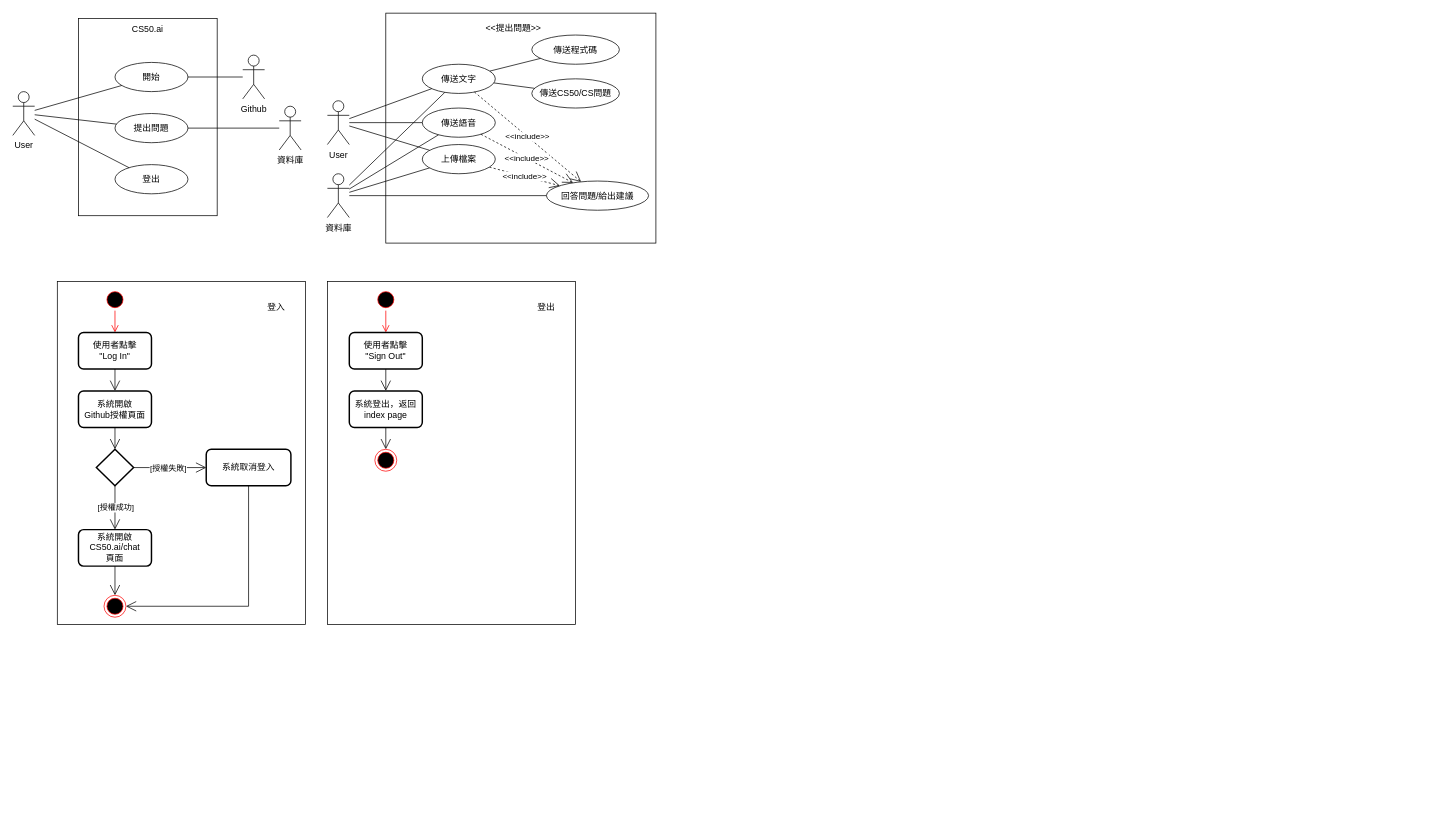
Above: H2.drawio in Miinteaa/Miinteaa (draw.io), before the change. Source tidied: cells renumbered, new cells numbered last; positions are measured from the earlier drawing's top-left corner, leaving out a move shared by most shapes. Both pictures are drawn from the tidied source at 73%, with x=0, y=0 at pixel (12, 12).
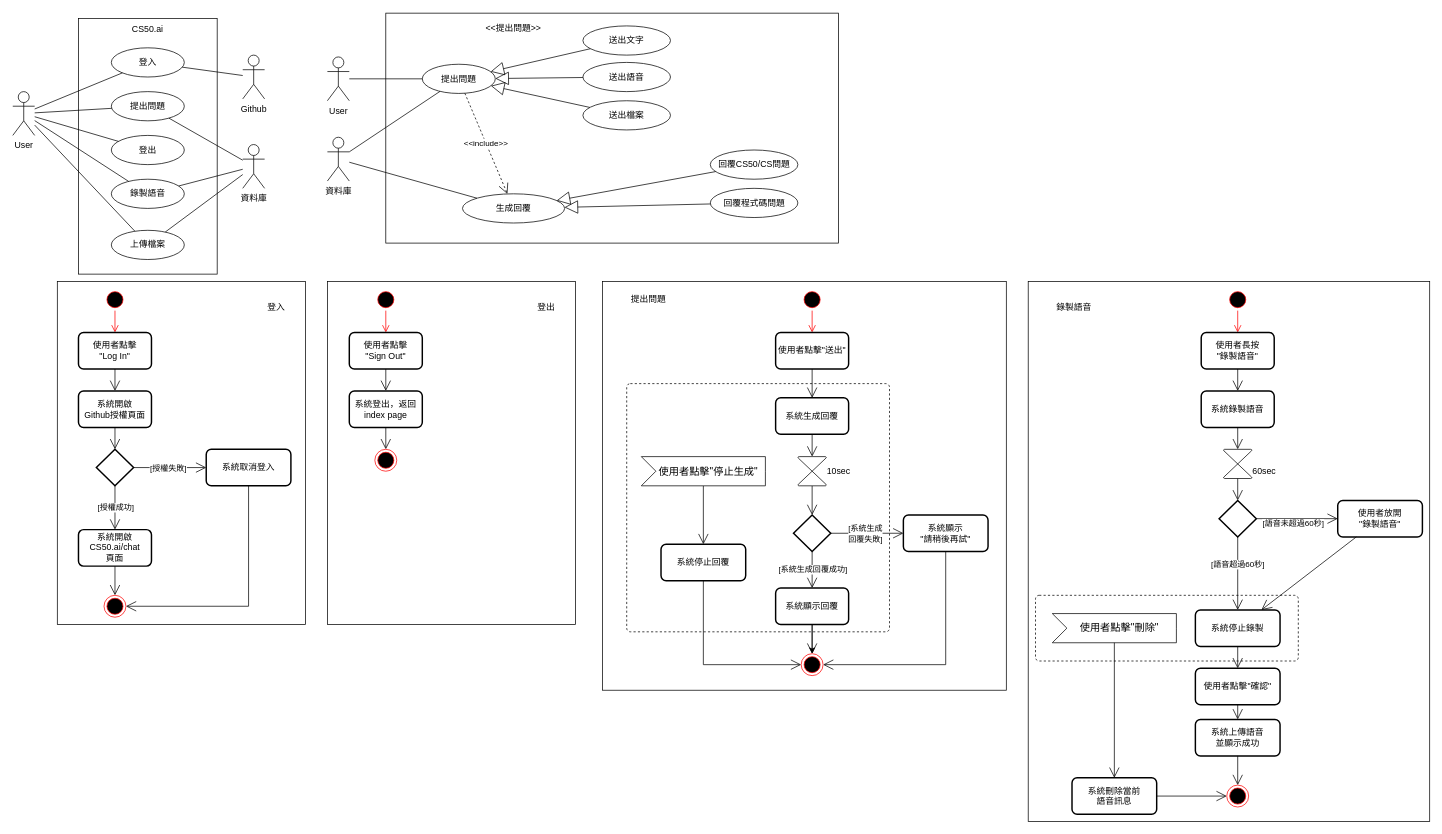
After the change.

The change refers to these unchanged cells:
```xml
<mxCell id="6" value="User" style="shape=umlActor;verticalLabelPosition=bottom;verticalAlign=top;html=1;outlineConnect=0;" parent="1" vertex="1">
  <mxGeometry y="108" width="30" height="60" as="geometry" />
</mxCell>
```

Diff of the diagram source:
```diff
@@
+    <mxCell id="64" style="rounded=0;whiteSpace=wrap;html=1;shadow=0;" parent="1" vertex="1">
+      <mxGeometry x="1391" y="368" width="550" height="740" as="geometry" />
+    </mxCell>
+    <mxCell id="65" style="rounded=0;whiteSpace=wrap;html=1;shadow=0;" parent="1" vertex="1">
+      <mxGeometry x="808" y="368" width="553" height="560" as="geometry" />
+    </mxCell>
+    <mxCell id="66" style="html=1;align=center;verticalAlign=top;rounded=1;absoluteArcSize=1;arcSize=10;dashed=1;whiteSpace=wrap;" parent="1" vertex="1">
+      <mxGeometry x="841" y="508" width="360" height="340" as="geometry" />
+    </mxCell>
-    <mxCell id="2" style="rounded=0;whiteSpace=wrap;html=1;" parent="1" vertex="1">
+    <mxCell id="2" style="rounded=0;whiteSpace=wrap;html=1;shadow=0;" parent="1" vertex="1">
       <mxGeometry x="431" y="368" width="340" height="470" as="geometry" />
     </mxCell>
@@
     <mxCell id="4" style="rounded=0;whiteSpace=wrap;html=1;" parent="1" vertex="1">
-      <mxGeometry x="511" y="0.5" width="370" height="315" as="geometry" />
+      <mxGeometry x="511" y="0.5" width="620" height="315" as="geometry" />
     </mxCell>
     <mxCell id="5" style="rounded=0;whiteSpace=wrap;html=1;" parent="1" vertex="1">
-      <mxGeometry x="90" y="8" width="190" height="270" as="geometry" />
+      <mxGeometry x="90" y="8" width="190" height="350" as="geometry" />
     </mxCell>
@@
-    <mxCell id="7" value="傳送語音" style="ellipse;whiteSpace=wrap;html=1;" parent="1" vertex="1">
-      <mxGeometry x="561" y="130.5" width="100" height="40" as="geometry" />
+    <mxCell id="7" value="錄製語音" style="ellipse;whiteSpace=wrap;html=1;" parent="1" vertex="1">
+      <mxGeometry x="135" y="228" width="100" height="40" as="geometry" />
     </mxCell>
-    <mxCell id="8" value="傳送文字" style="ellipse;whiteSpace=wrap;html=1;" parent="1" vertex="1">
+    <mxCell id="8" value="提出問題" style="ellipse;whiteSpace=wrap;html=1;" parent="1" vertex="1">
       <mxGeometry x="561" y="70.5" width="100" height="40" as="geometry" />
     </mxCell>
-    <mxCell id="9" value="傳送程式碼" style="ellipse;whiteSpace=wrap;html=1;" parent="1" vertex="1">
-      <mxGeometry x="711" y="30.5" width="120" height="40" as="geometry" />
+    <mxCell id="9" value="回覆程式碼問題" style="ellipse;whiteSpace=wrap;html=1;" parent="1" vertex="1">
+      <mxGeometry x="955.5" y="240.5" width="120" height="40" as="geometry" />
     </mxCell>
-    <mxCell id="10" value="傳送CS50/CS問題" style="ellipse;whiteSpace=wrap;html=1;" parent="1" vertex="1">
-      <mxGeometry x="711" y="90.5" width="120" height="40" as="geometry" />
+    <mxCell id="10" value="回覆CS50/CS問題" style="ellipse;whiteSpace=wrap;html=1;" parent="1" vertex="1">
+      <mxGeometry x="955.5" y="188" width="120" height="40" as="geometry" />
     </mxCell>
-    <mxCell id="11" value="開始" style="ellipse;whiteSpace=wrap;html=1;" parent="1" vertex="1">
-      <mxGeometry x="140" y="68" width="100" height="40" as="geometry" />
+    <mxCell id="11" value="登入" style="ellipse;whiteSpace=wrap;html=1;" parent="1" vertex="1">
+      <mxGeometry x="135" y="48" width="100" height="40" as="geometry" />
     </mxCell>
     <mxCell id="12" value="登出" style="ellipse;whiteSpace=wrap;html=1;" parent="1" vertex="1">
-      <mxGeometry x="140" y="208" width="100" height="40" as="geometry" />
+      <mxGeometry x="135" y="168" width="100" height="40" as="geometry" />
     </mxCell>
@@
-    <mxCell id="14" style="endArrow=none;html=1;rounded=0;" parent="1" edge="1" source="30" target="7">
+    <mxCell id="14" style="endArrow=none;html=1;rounded=0;" parent="1" edge="1" source="6" target="7">
       <mxGeometry relative="1" as="geometry" />
     </mxCell>
-    <mxCell id="15" style="endArrow=none;html=1;rounded=0;" parent="1" edge="1" source="30" target="31">
+    <mxCell id="15" style="endArrow=none;html=1;rounded=0;" parent="1" edge="1" source="6" target="31">
       <mxGeometry relative="1" as="geometry" />
     </mxCell>
@@
-    <mxCell id="18" style="endArrow=none;html=1;rounded=0;" parent="1" edge="1" source="8" target="9">
-      <mxGeometry relative="1" as="geometry" />
-    </mxCell>
-    <mxCell id="19" style="endArrow=none;html=1;rounded=0;" parent="1" edge="1" source="8" target="10">
-      <mxGeometry relative="1" as="geometry" />
-    </mxCell>
     <mxCell id="20" value="資料庫" style="shape=umlActor;verticalLabelPosition=bottom;verticalAlign=top;html=1;" parent="1" vertex="1">
-      <mxGeometry x="431" y="220.5" width="30" height="60" as="geometry" />
+      <mxGeometry x="431" y="170.5" width="30" height="60" as="geometry" />
     </mxCell>
-    <mxCell id="21" value="回答問題/給出建議" style="ellipse;whiteSpace=wrap;html=1;" parent="1" vertex="1">
-      <mxGeometry x="731" y="230.5" width="140" height="40" as="geometry" />
+    <mxCell id="21" value="生成回覆" style="ellipse;whiteSpace=wrap;html=1;" parent="1" vertex="1">
+      <mxGeometry x="616" y="248" width="140" height="40" as="geometry" />
     </mxCell>
@@
-    <mxCell id="23" value="&amp;lt;&amp;lt;include&amp;gt;&amp;gt;" style="endArrow=open;endSize=12;dashed=1;html=1;rounded=0;" parent="1" edge="1" source="7" target="21">
-      <mxGeometry relative="1" as="geometry" />
-    </mxCell>
-    <mxCell id="24" value="&amp;lt;&amp;lt;include&amp;gt;&amp;gt;" style="endArrow=open;endSize=12;dashed=1;html=1;rounded=0;" parent="1" edge="1" source="31" target="21">
-      <mxGeometry relative="1" as="geometry" />
-    </mxCell>
-    <mxCell id="25" style="endArrow=none;html=1;rounded=0;" parent="1" edge="1" source="31" target="20">
+    <mxCell id="25" style="endArrow=none;html=1;rounded=0;" parent="1" edge="1" source="31" target="35">
       <mxGeometry relative="1" as="geometry" />
     </mxCell>
-    <mxCell id="26" style="endArrow=none;html=1;rounded=0;" parent="1" edge="1" source="7" target="20">
+    <mxCell id="26" style="endArrow=none;html=1;rounded=0;" parent="1" edge="1" source="7" target="35">
       <mxGeometry relative="1" as="geometry" />
     </mxCell>
@@
     <mxCell id="30" value="User" style="shape=umlActor;verticalLabelPosition=bottom;verticalAlign=top;html=1;outlineConnect=0;" parent="1" vertex="1">
-      <mxGeometry x="431" y="120.5" width="30" height="60" as="geometry" />
+      <mxGeometry x="431" y="60.5" width="30" height="60" as="geometry" />
     </mxCell>
     <mxCell id="31" value="上傳檔案" style="ellipse;whiteSpace=wrap;html=1;" parent="1" vertex="1">
-      <mxGeometry x="561" y="180.5" width="100" height="40" as="geometry" />
+      <mxGeometry x="135" y="298" width="100" height="40" as="geometry" />
     </mxCell>
@@
     <mxCell id="33" value="提出問題" style="ellipse;whiteSpace=wrap;html=1;" parent="1" vertex="1">
-      <mxGeometry x="140" y="138" width="100" height="40" as="geometry" />
+      <mxGeometry x="135" y="108" width="100" height="40" as="geometry" />
     </mxCell>
@@
     <mxCell id="35" value="資料庫" style="shape=umlActor;verticalLabelPosition=bottom;verticalAlign=top;html=1;" parent="1" vertex="1">
-      <mxGeometry x="365" y="128" width="30" height="60" as="geometry" />
+      <mxGeometry x="315" y="180.5" width="30" height="60" as="geometry" />
     </mxCell>
@@
+    <mxCell id="67" style="ellipse;html=1;shape=startState;fillColor=#000000;strokeColor=#ff0000;" parent="1" vertex="1">
+      <mxGeometry x="1080" y="378" width="30" height="30" as="geometry" />
+    </mxCell>
+    <mxCell id="68" style="edgeStyle=orthogonalEdgeStyle;html=1;verticalAlign=bottom;endArrow=open;endSize=8;strokeColor=#ff0000;rounded=0;" parent="1" edge="1" source="67" target="69">
+      <mxGeometry relative="1" as="geometry" />
+    </mxCell>
+    <mxCell id="69" value="使用者點擊&quot;送出&quot;" style="rounded=1;whiteSpace=wrap;html=1;absoluteArcSize=1;arcSize=14;strokeWidth=2;" parent="1" vertex="1">
+      <mxGeometry x="1045" y="438" width="100" height="50" as="geometry" />
+    </mxCell>
+    <mxCell id="70" style="edgeStyle=orthogonalEdgeStyle;rounded=0;jettySize=auto;html=1;" parent="1" edge="1" source="71" target="79">
+      <mxGeometry relative="1" as="geometry" />
+    </mxCell>
+    <mxCell id="71" value="系統顯示回覆" style="rounded=1;whiteSpace=wrap;html=1;absoluteArcSize=1;arcSize=14;strokeWidth=2;" parent="1" vertex="1">
+      <mxGeometry x="1045" y="788" width="100" height="50" as="geometry" />
+    </mxCell>
+    <mxCell id="72" style="endArrow=open;endFill=1;endSize=12;html=1;rounded=0;" parent="1" edge="1" source="90" target="73">
+      <mxGeometry relative="1" as="geometry" />
+    </mxCell>
+    <mxCell id="73" style="strokeWidth=2;html=1;shape=mxgraph.flowchart.decision;whiteSpace=wrap;" parent="1" vertex="1">
+      <mxGeometry x="1069.5" y="688" width="51" height="50" as="geometry" />
+    </mxCell>
+    <mxCell id="74" style="endArrow=open;endFill=1;endSize=12;html=1;rounded=0;" parent="1" edge="1" source="73" target="71">
+      <mxGeometry relative="1" as="geometry" />
+    </mxCell>
+    <mxCell id="75" value="[系統生成回覆成功]" style="edgeLabel;html=1;align=center;verticalAlign=middle;" parent="74" vertex="1">
+      <mxGeometry x="-0.05" relative="1" as="geometry" />
+    </mxCell>
+    <mxCell id="76" value="系統顯示&lt;br&gt;&quot;請稍後再試&quot;" style="rounded=1;whiteSpace=wrap;html=1;absoluteArcSize=1;arcSize=14;strokeWidth=2;" parent="1" vertex="1">
+      <mxGeometry x="1220" y="688" width="116" height="50" as="geometry" />
+    </mxCell>
+    <mxCell id="77" style="endArrow=open;endFill=1;endSize=12;html=1;rounded=0;" parent="1" edge="1" source="73" target="76">
+      <mxGeometry relative="1" as="geometry" />
+    </mxCell>
+    <mxCell id="78" value="[系統生成&lt;br&gt;回覆失敗]" style="edgeLabel;html=1;align=center;verticalAlign=middle;" parent="77" vertex="1">
+      <mxGeometry x="-0.05" relative="1" as="geometry" />
+    </mxCell>
+    <mxCell id="79" style="ellipse;html=1;shape=endState;fillColor=#000000;strokeColor=#ff0000;" parent="1" vertex="1">
+      <mxGeometry x="1080" y="878" width="30" height="30" as="geometry" />
+    </mxCell>
+    <mxCell id="80" style="endArrow=open;endFill=1;endSize=12;html=1;rounded=0;" parent="1" edge="1" source="71" target="79">
+      <mxGeometry relative="1" as="geometry" />
+    </mxCell>
+    <mxCell id="81" style="endArrow=open;endFill=1;endSize=12;html=1;rounded=0;" parent="1" edge="1" source="76" target="79">
+      <mxGeometry relative="1" as="geometry">
+        <Array as="points">
+          <mxPoint x="1278" y="893" />
+        </Array>
+      </mxGeometry>
+    </mxCell>
+    <mxCell id="82" value="提出問題" style="text;html=1;strokeColor=none;fillColor=none;align=center;verticalAlign=middle;whiteSpace=wrap;rounded=0;" parent="1" vertex="1">
+      <mxGeometry x="841" y="378" width="60" height="30" as="geometry" />
+    </mxCell>
+    <mxCell id="83" style="endArrow=block;endSize=16;endFill=0;html=1;rounded=0;" parent="1" edge="1" source="9" target="21">
+      <mxGeometry relative="1" as="geometry" />
+    </mxCell>
+    <mxCell id="84" style="endArrow=block;endSize=16;endFill=0;html=1;rounded=0;" parent="1" edge="1" source="10" target="21">
+      <mxGeometry relative="1" as="geometry" />
+    </mxCell>
+    <mxCell id="85" value="系統停止回覆" style="rounded=1;whiteSpace=wrap;html=1;absoluteArcSize=1;arcSize=14;strokeWidth=2;" parent="1" vertex="1">
+      <mxGeometry x="888" y="728" width="116" height="50" as="geometry" />
+    </mxCell>
+    <mxCell id="86" style="endArrow=open;endFill=1;endSize=12;html=1;rounded=0;" parent="1" edge="1" source="92" target="85">
+      <mxGeometry relative="1" as="geometry" />
+    </mxCell>
+    <mxCell id="87" value="系統生成回覆" style="rounded=1;whiteSpace=wrap;html=1;absoluteArcSize=1;arcSize=14;strokeWidth=2;" parent="1" vertex="1">
+      <mxGeometry x="1045" y="527.5" width="100" height="50" as="geometry" />
+    </mxCell>
+    <mxCell id="88" style="endArrow=open;endFill=1;endSize=12;html=1;rounded=0;" parent="1" edge="1" source="69" target="87">
+      <mxGeometry relative="1" as="geometry" />
+    </mxCell>
+    <mxCell id="89" style="endArrow=open;endFill=1;endSize=12;html=1;rounded=0;" parent="1" edge="1" source="87" target="90">
+      <mxGeometry relative="1" as="geometry" />
+    </mxCell>
+    <mxCell id="90" style="verticalLabelPosition=bottom;verticalAlign=top;html=1;shape=mxgraph.flowchart.collate;" parent="1" vertex="1">
+      <mxGeometry x="1075.5" y="608" width="39" height="40" as="geometry" />
+    </mxCell>
+    <mxCell id="91" value="10sec" style="text;html=1;align=center;verticalAlign=middle;strokeColor=none;fillColor=none;" parent="1" vertex="1">
+      <mxGeometry x="1101" y="613" width="60" height="30" as="geometry" />
+    </mxCell>
+    <mxCell id="92" value="使用者點擊&quot;停止生成&quot;" style="html=1;shape=mxgraph.infographic.ribbonSimple;notch1=20;notch2=0;align=center;verticalAlign=middle;fontSize=14;fontStyle=0;fillColor=#FFFFFF;flipH=0;spacingRight=0;spacingLeft=14;whiteSpace=wrap;" parent="1" vertex="1">
+      <mxGeometry x="861" y="608" width="170" height="40" as="geometry" />
+    </mxCell>
+    <mxCell id="93" style="endArrow=open;endFill=1;endSize=12;html=1;rounded=0;entryX=0;entryY=0.5;entryDx=0;entryDy=0;" parent="1" edge="1" source="85" target="79">
+      <mxGeometry relative="1" as="geometry">
+        <Array as="points">
+          <mxPoint x="946" y="893" />
+        </Array>
+      </mxGeometry>
+    </mxCell>
+    <mxCell id="94" style="html=1;align=center;verticalAlign=top;rounded=1;absoluteArcSize=1;arcSize=10;dashed=1;whiteSpace=wrap;" parent="1" vertex="1">
+      <mxGeometry x="1401" y="798" width="360" height="90" as="geometry" />
+    </mxCell>
+    <mxCell id="95" style="ellipse;html=1;shape=startState;fillColor=#000000;strokeColor=#ff0000;" parent="1" vertex="1">
+      <mxGeometry x="1663" y="378" width="30" height="30" as="geometry" />
+    </mxCell>
+    <mxCell id="96" style="edgeStyle=orthogonalEdgeStyle;html=1;verticalAlign=bottom;endArrow=open;endSize=8;strokeColor=#ff0000;rounded=0;" parent="1" edge="1" source="95" target="97">
+      <mxGeometry relative="1" as="geometry" />
+    </mxCell>
+    <mxCell id="97" value="使用者長按&lt;br&gt;&quot;錄製語音&quot;" style="rounded=1;whiteSpace=wrap;html=1;absoluteArcSize=1;arcSize=14;strokeWidth=2;" parent="1" vertex="1">
+      <mxGeometry x="1628" y="438" width="100" height="50" as="geometry" />
+    </mxCell>
+    <mxCell id="98" style="endArrow=open;endFill=1;endSize=12;html=1;rounded=0;" parent="1" edge="1" source="116" target="115">
+      <mxGeometry relative="1" as="geometry" />
+    </mxCell>
+    <mxCell id="99" value="[語音超過60秒]" style="edgeLabel;html=1;align=center;verticalAlign=middle;" parent="98" vertex="1">
+      <mxGeometry x="-0.27" y="-1" relative="1" as="geometry" />
+    </mxCell>
+    <mxCell id="100" style="ellipse;html=1;shape=endState;fillColor=#000000;strokeColor=#ff0000;" parent="1" vertex="1">
+      <mxGeometry x="1663" y="1058" width="30" height="30" as="geometry" />
+    </mxCell>
+    <mxCell id="101" value="錄製語音" style="text;html=1;strokeColor=none;fillColor=none;align=center;verticalAlign=middle;whiteSpace=wrap;rounded=0;" parent="1" vertex="1">
+      <mxGeometry x="1424" y="388" width="60" height="30" as="geometry" />
+    </mxCell>
+    <mxCell id="102" value="系統刪除當前&lt;br&gt;語音訊息" style="rounded=1;whiteSpace=wrap;html=1;absoluteArcSize=1;arcSize=14;strokeWidth=2;" parent="1" vertex="1">
+      <mxGeometry x="1451" y="1048" width="116" height="50" as="geometry" />
+    </mxCell>
+    <mxCell id="103" value="系統錄製語音" style="rounded=1;whiteSpace=wrap;html=1;absoluteArcSize=1;arcSize=14;strokeWidth=2;" parent="1" vertex="1">
+      <mxGeometry x="1628" y="518" width="100" height="50" as="geometry" />
+    </mxCell>
+    <mxCell id="104" style="endArrow=open;endFill=1;endSize=12;html=1;rounded=0;" parent="1" edge="1" source="97" target="103">
+      <mxGeometry relative="1" as="geometry" />
+    </mxCell>
+    <mxCell id="105" style="endArrow=open;endFill=1;endSize=12;html=1;rounded=0;" parent="1" edge="1" source="103" target="106">
+      <mxGeometry relative="1" as="geometry" />
+    </mxCell>
+    <mxCell id="106" style="verticalLabelPosition=bottom;verticalAlign=top;html=1;shape=mxgraph.flowchart.collate;" parent="1" vertex="1">
+      <mxGeometry x="1658.5" y="598" width="39" height="40" as="geometry" />
+    </mxCell>
+    <mxCell id="107" value="60sec" style="text;html=1;align=center;verticalAlign=middle;strokeColor=none;fillColor=none;" parent="1" vertex="1">
+      <mxGeometry x="1684" y="613" width="60" height="30" as="geometry" />
+    </mxCell>
+    <mxCell id="108" value="使用者點擊&quot;刪除&quot;" style="html=1;shape=mxgraph.infographic.ribbonSimple;notch1=20;notch2=0;align=center;verticalAlign=middle;fontSize=14;fontStyle=0;fillColor=#FFFFFF;flipH=0;spacingRight=0;spacingLeft=14;whiteSpace=wrap;" parent="1" vertex="1">
+      <mxGeometry x="1424" y="823" width="170" height="40" as="geometry" />
+    </mxCell>
+    <mxCell id="109" value="送出語音" style="ellipse;whiteSpace=wrap;html=1;" parent="1" vertex="1">
+      <mxGeometry x="781" y="68" width="120" height="40" as="geometry" />
+    </mxCell>
+    <mxCell id="110" value="送出文字" style="ellipse;whiteSpace=wrap;html=1;" parent="1" vertex="1">
+      <mxGeometry x="781" y="18" width="120" height="40" as="geometry" />
+    </mxCell>
+    <mxCell id="111" value="送出檔案" style="ellipse;whiteSpace=wrap;html=1;" parent="1" vertex="1">
+      <mxGeometry x="781" y="120.5" width="120" height="40" as="geometry" />
+    </mxCell>
+    <mxCell id="112" style="endArrow=block;endSize=16;endFill=0;html=1;rounded=0;" parent="1" edge="1" source="110" target="8">
+      <mxGeometry relative="1" as="geometry" />
+    </mxCell>
+    <mxCell id="113" style="endArrow=block;endSize=16;endFill=0;html=1;rounded=0;" parent="1" edge="1" source="109" target="8">
+      <mxGeometry relative="1" as="geometry" />
+    </mxCell>
+    <mxCell id="114" style="endArrow=block;endSize=16;endFill=0;html=1;rounded=0;" parent="1" edge="1" source="111" target="8">
+      <mxGeometry relative="1" as="geometry" />
+    </mxCell>
+    <mxCell id="115" value="系統停止錄製" style="rounded=1;whiteSpace=wrap;html=1;absoluteArcSize=1;arcSize=14;strokeWidth=2;" parent="1" vertex="1">
+      <mxGeometry x="1620" y="818" width="116" height="50" as="geometry" />
+    </mxCell>
+    <mxCell id="116" style="strokeWidth=2;html=1;shape=mxgraph.flowchart.decision;whiteSpace=wrap;" parent="1" vertex="1">
+      <mxGeometry x="1652.5" y="668" width="51" height="50" as="geometry" />
+    </mxCell>
+    <mxCell id="117" style="endArrow=open;endFill=1;endSize=12;html=1;rounded=0;" parent="1" edge="1" source="106" target="116">
+      <mxGeometry relative="1" as="geometry" />
+    </mxCell>
+    <mxCell id="118" style="endArrow=open;endFill=1;endSize=12;html=1;rounded=0;" parent="1" edge="1" source="116" target="120">
+      <mxGeometry relative="1" as="geometry" />
+    </mxCell>
+    <mxCell id="119" value="[語音未超過60秒]" style="edgeLabel;html=1;align=center;verticalAlign=middle;" parent="118" vertex="1">
+      <mxGeometry x="-0.27" y="-1" relative="1" as="geometry">
+        <mxPoint x="9" y="5" as="offset" />
+      </mxGeometry>
+    </mxCell>
+    <mxCell id="120" value="使用者放開&lt;br&gt;&quot;錄製語音&quot;" style="rounded=1;whiteSpace=wrap;html=1;absoluteArcSize=1;arcSize=14;strokeWidth=2;" parent="1" vertex="1">
+      <mxGeometry x="1815" y="668" width="116" height="50" as="geometry" />
+    </mxCell>
+    <mxCell id="121" style="endArrow=open;endFill=1;endSize=12;html=1;rounded=0;" parent="1" edge="1" source="120" target="115">
+      <mxGeometry relative="1" as="geometry" />
+    </mxCell>
+    <mxCell id="122" style="endArrow=open;endFill=1;endSize=12;html=1;rounded=0;" parent="1" edge="1" source="115" target="125">
+      <mxGeometry relative="1" as="geometry" />
+    </mxCell>
+    <mxCell id="123" style="endArrow=open;endFill=1;endSize=12;html=1;rounded=0;" parent="1" edge="1" source="108" target="102">
+      <mxGeometry relative="1" as="geometry" />
+    </mxCell>
+    <mxCell id="124" style="endArrow=open;endFill=1;endSize=12;html=1;rounded=0;" parent="1" edge="1" source="102" target="100">
+      <mxGeometry relative="1" as="geometry" />
+    </mxCell>
+    <mxCell id="125" value="使用者點擊&quot;確認&quot;" style="rounded=1;whiteSpace=wrap;html=1;absoluteArcSize=1;arcSize=14;strokeWidth=2;" parent="1" vertex="1">
+      <mxGeometry x="1620" y="898" width="116" height="50" as="geometry" />
+    </mxCell>
+    <mxCell id="126" style="endArrow=open;endFill=1;endSize=12;html=1;rounded=0;" parent="1" edge="1" source="125" target="127">
+      <mxGeometry relative="1" as="geometry" />
+    </mxCell>
+    <mxCell id="127" value="系統上傳語音&lt;br&gt;並顯示成功" style="rounded=1;whiteSpace=wrap;html=1;absoluteArcSize=1;arcSize=14;strokeWidth=2;" parent="1" vertex="1">
+      <mxGeometry x="1620" y="968" width="116" height="50" as="geometry" />
+    </mxCell>
+    <mxCell id="128" style="endArrow=open;endFill=1;endSize=12;html=1;rounded=0;" parent="1" edge="1" source="127" target="100">
+      <mxGeometry relative="1" as="geometry" />
+    </mxCell>
```
